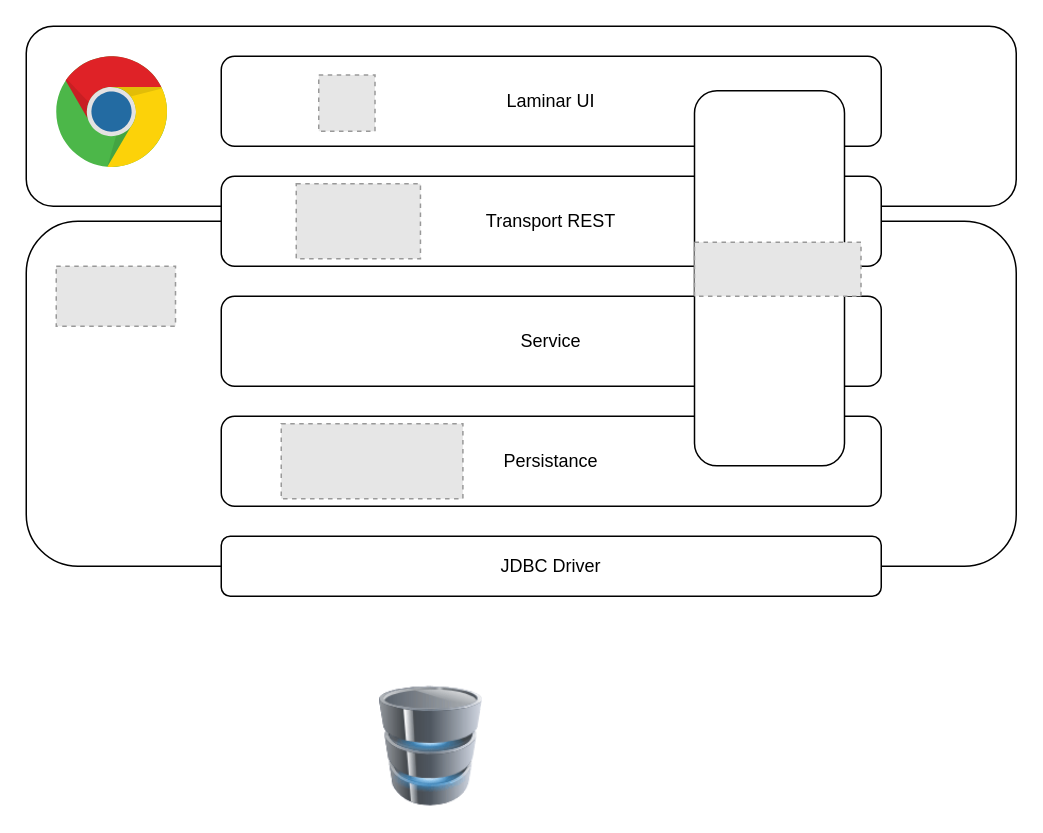
Before: images/architecture-global.drawio in cheleb/scalaio-fullstack, a draw.io diagram. Source tidied: cells renumbered, new cells numbered last; positions are measured from the earlier drawing's top-left corner, leaving out a move shared by most shapes. Both pictures are drawn from the tidied source at 150%, with x=0, y=0 at pixel (26, 26). Pictures stored in the file or linked from it are replaced by grey dashed boxes.
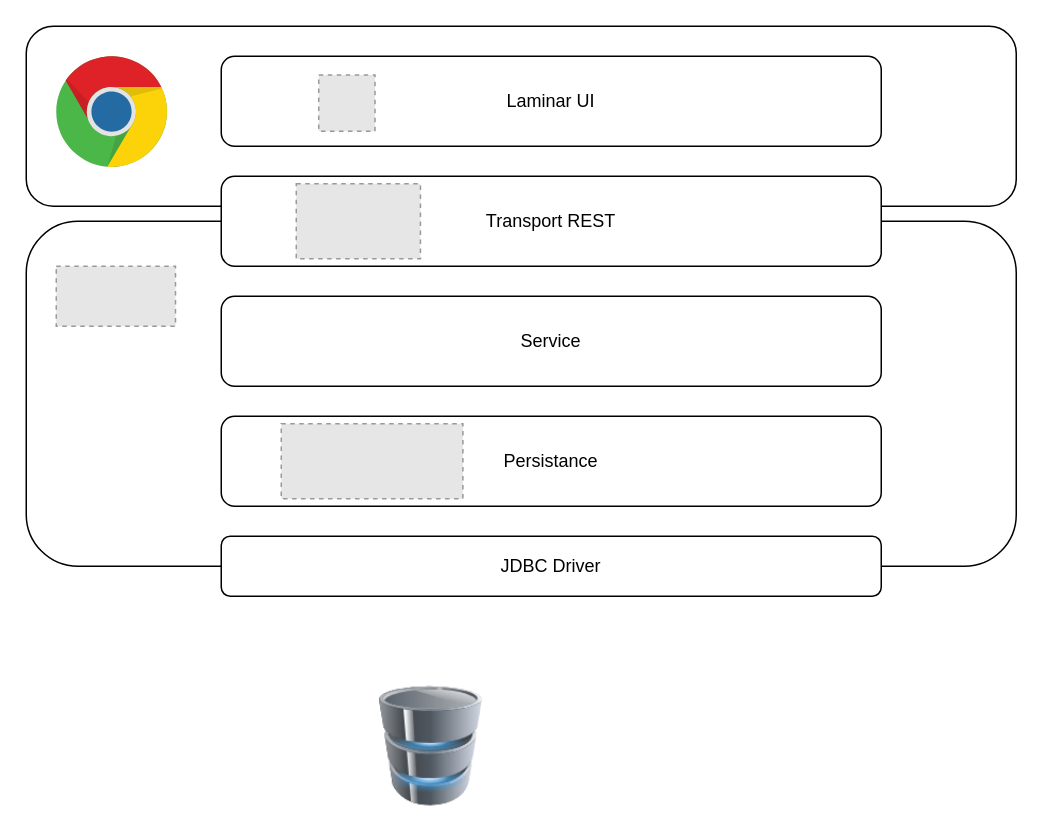
Above is the later version.

Diff of the diagram source:
```diff
@@
 <mxGraphModel>
   <root>
     <mxCell id="0" />
     <mxCell id="1" parent="0" />
     <mxCell id="2" style="rounded=1;whiteSpace=wrap;html=1;" parent="1" vertex="1">
       <mxGeometry width="660" height="120" as="geometry" />
     </mxCell>
     <mxCell id="3" style="rounded=1;whiteSpace=wrap;html=1;" parent="1" vertex="1">
       <mxGeometry y="130" width="660" height="230" as="geometry" />
     </mxCell>
     <mxCell id="4" value="Laminar UI" style="rounded=1;whiteSpace=wrap;html=1;" parent="1" vertex="1">
       <mxGeometry x="130" y="20" width="440" height="60" as="geometry" />
     </mxCell>
     <mxCell id="5" style="image;html=1;image=img/lib/clip_art/computers/Database_128x128.png;" parent="1" vertex="1">
       <mxGeometry x="230" y="440" width="80" height="80" as="geometry" />
     </mxCell>
     <mxCell id="6" value="Persistance" style="rounded=1;whiteSpace=wrap;html=1;" parent="1" vertex="1">
       <mxGeometry x="130" y="260" width="440" height="60" as="geometry" />
     </mxCell>
     <mxCell id="7" value="Transport REST" style="rounded=1;whiteSpace=wrap;html=1;" parent="1" vertex="1">
       <mxGeometry x="130" y="100" width="440" height="60" as="geometry" />
     </mxCell>
     <mxCell id="8" value="Service" style="rounded=1;whiteSpace=wrap;html=1;" parent="1" vertex="1">
       <mxGeometry x="130" y="180" width="440" height="60" as="geometry" />
     </mxCell>
     <mxCell id="9" style="dashed=0;html=1;align=center;labelPosition=center;verticalLabelPosition=bottom;verticalAlign=top;shape=mxgraph.weblogos.chrome;" parent="1" vertex="1">
       <mxGeometry x="20" y="20" width="74.8" height="75.4" as="geometry" />
     </mxCell>
     <mxCell id="10" style="fillColor=#E6E6E6;strokeColor=#999999;dashed=1;" parent="1" vertex="1">
       <mxGeometry x="20" y="160" width="79.5" height="40" as="geometry" />
     </mxCell>
     <mxCell id="11" value="JDBC Driver" style="rounded=1;whiteSpace=wrap;html=1;" parent="1" vertex="1">
       <mxGeometry x="130" y="340" width="440" height="40" as="geometry" />
     </mxCell>
-    <mxCell id="12" style="rounded=1;whiteSpace=wrap;html=1;" parent="1" vertex="1">
-      <mxGeometry x="445.5" y="43" width="100" height="250" as="geometry" />
-    </mxCell>
-    <mxCell id="13" style="fillColor=#E6E6E6;strokeColor=#999999;dashed=1;" parent="1" vertex="1">
-      <mxGeometry x="445.5" y="144" width="111" height="36" as="geometry" />
-    </mxCell>
     <mxCell id="14" style="fillColor=#E6E6E6;strokeColor=#999999;dashed=1;" parent="1" vertex="1">
       <mxGeometry x="195" y="32.5" width="37.5" height="37.5" as="geometry" />
     </mxCell>
     <mxCell id="15" style="fillColor=#E6E6E6;strokeColor=#999999;dashed=1;" parent="1" vertex="1">
       <mxGeometry x="180" y="105" width="82.8" height="50" as="geometry" />
     </mxCell>
     <mxCell id="16" style="fillColor=#E6E6E6;strokeColor=#999999;dashed=1;" parent="1" vertex="1">
       <mxGeometry x="170" y="265" width="121.1" height="50" as="geometry" />
     </mxCell>
   </root>
 </mxGraphModel>
```
